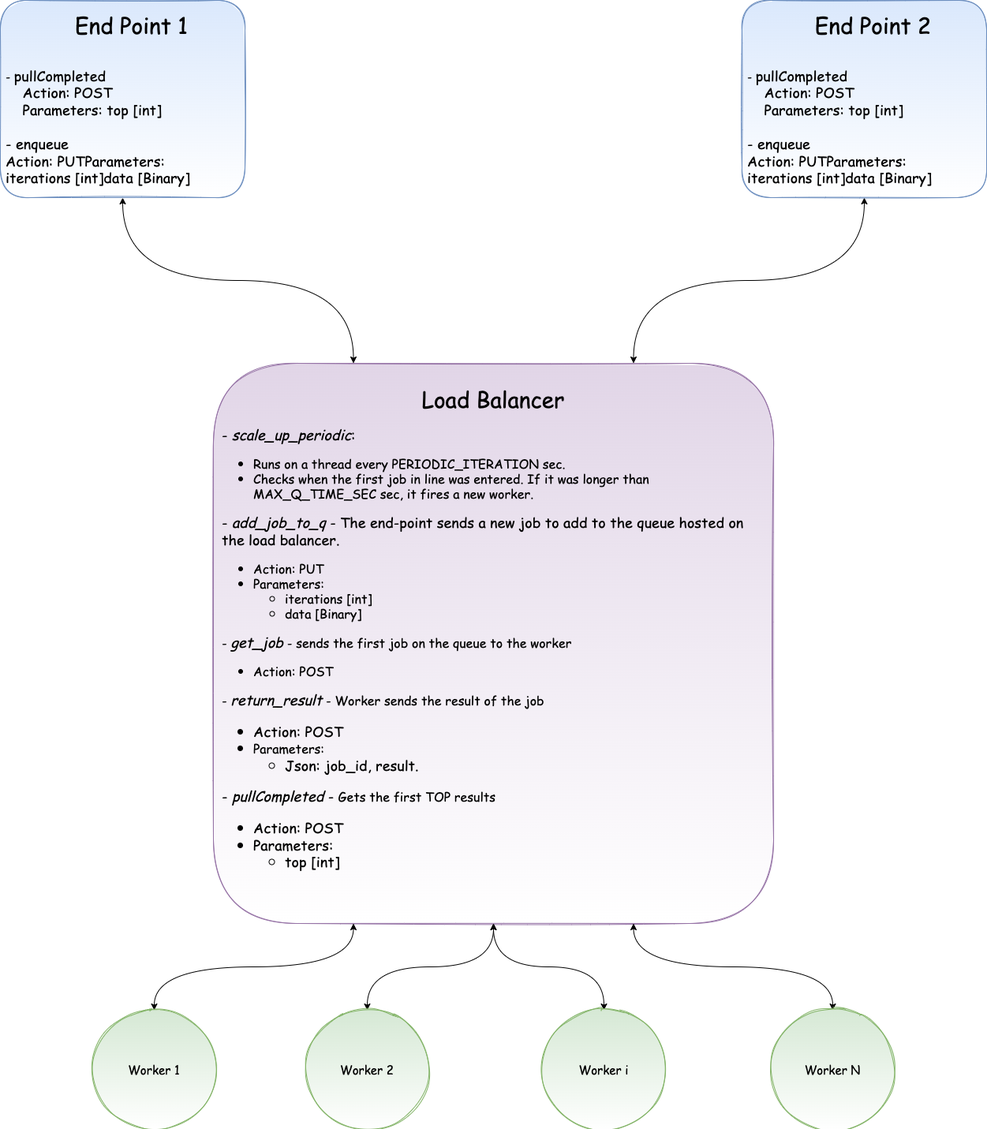
This is README_FILES/ClusterFlow.png from nirbarazida/dynamic-workload, a draw.io export, as it was before one commit. Source tidied: cells renumbered, new cells last; positions are measured from the earlier drawing's top-left corner, leaving out a move shared by most shapes.
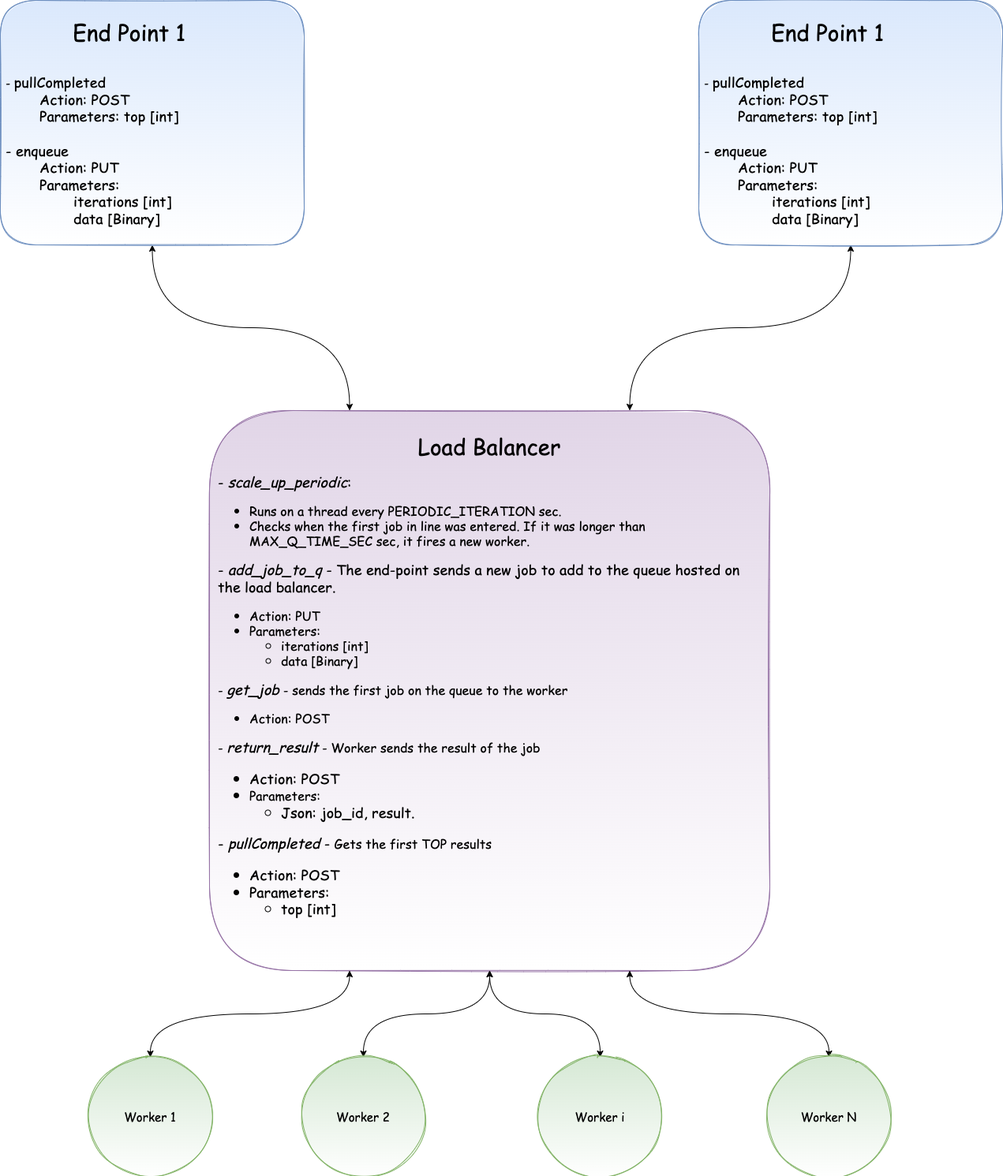
The same diagram one commit later.

Change to the diagram source:
```diff
@@ -2,12 +2,6 @@
   <root>
     <mxCell id="0" />
     <mxCell id="1" parent="0" />
-    <mxCell id="2" style="edgeStyle=orthogonalEdgeStyle;curved=1;rounded=0;jettySize=auto;html=1;exitX=0.5;exitY=1;exitDx=0;exitDy=0;fontFamily=Comic Sans MS;fontSize=15;fontColor=default;startArrow=classic;startFill=1;strokeColor=#000000;entryX=0.75;entryY=0;entryDx=0;entryDy=0;" parent="1" edge="1" source="3" target="4">
-      <mxGeometry relative="1" as="geometry" />
-    </mxCell>
-    <mxCell id="3" value="&lt;div style=&quot;text-align: center;&quot;&gt;&lt;span style=&quot;background-color: initial;&quot;&gt;&amp;nbsp; &amp;nbsp; &amp;nbsp; &amp;nbsp; &amp;nbsp; &amp;nbsp; &amp;nbsp; &amp;nbsp; &amp;nbsp; &amp;nbsp;&lt;/span&gt;&lt;font style=&quot;background-color: initial; font-size: 28px;&quot;&gt;End Point 2&lt;/font&gt;&lt;/div&gt;&lt;br&gt;&lt;br&gt;- &lt;font style=&quot;font-size: 18px;&quot;&gt;pullCompleted&lt;br&gt;&amp;nbsp;&amp;nbsp;&amp;nbsp;&amp;nbsp;Action: POST&lt;br&gt;&amp;nbsp;&amp;nbsp;&amp;nbsp;&amp;nbsp;Parameters: top [int]&lt;br&gt;&lt;br&gt;- enqueue&lt;br&gt;Action: PUTParameters:&amp;nbsp;&lt;br&gt;iterations [int]data [Binary]&lt;/font&gt;" style="rounded=1;fontFamily=Comic Sans MS;fontSize=15;fillColor=#dae8fc;strokeColor=#6c8ebf;gradientColor=#ffffff;gradientDirection=south;sketch=1;glass=0;shadow=0;spacing=2;align=left;spacingLeft=5;whiteSpace=wrap;html=1;" parent="1" vertex="1">
-      <mxGeometry x="940" width="310" height="250" as="geometry" />
-    </mxCell>
     <mxCell id="4" value="&lt;font style=&quot;font-size: 28px;&quot;&gt;Load Balancer&lt;br&gt;&lt;/font&gt;&lt;br&gt;&lt;div style=&quot;text-align: left; font-size: 18px;&quot;&gt;&lt;span style=&quot;background-color: initial;&quot;&gt;&lt;font style=&quot;font-size: 18px;&quot;&gt;- &lt;i&gt;scale_up_periodic&lt;/i&gt;:&amp;nbsp;&lt;/font&gt;&lt;/span&gt;&lt;/div&gt;&lt;div style=&quot;text-align: left;&quot;&gt;&lt;ul style=&quot;font-size: 16px;&quot;&gt;&lt;li&gt;Runs on a thread every PERIODIC_ITERATION&amp;nbsp;sec.&lt;/li&gt;&lt;li style=&quot;&quot;&gt;&lt;span style=&quot;background-color: initial;&quot;&gt;Checks when the first job in line was&amp;nbsp;&lt;/span&gt;&lt;span style=&quot;background-color: initial;&quot;&gt;entered. If it was longer than MAX_Q_TIME_SEC&amp;nbsp;sec, it fires a new worker.&lt;/span&gt;&lt;/li&gt;&lt;/ul&gt;&lt;div style=&quot;font-size: 18px;&quot;&gt;-&amp;nbsp;&lt;i&gt;add_job_to_q&lt;/i&gt; - The end-&lt;span style=&quot;background-color: initial;&quot;&gt;point sends a new job to add to the queue hosted on the load balancer.&lt;/span&gt;&lt;/div&gt;&lt;div style=&quot;&quot;&gt;&lt;ul style=&quot;font-size: 16px;&quot;&gt;&lt;li&gt;Action: PUT&lt;/li&gt;&lt;li&gt;&lt;span style=&quot;background-color: initial;&quot;&gt;Parameters:&amp;nbsp;&lt;/span&gt;&lt;/li&gt;&lt;ul&gt;&lt;li&gt;&lt;span style=&quot;background-color: initial;&quot;&gt;iterations [int]&lt;/span&gt;&lt;/li&gt;&lt;li&gt;&lt;span style=&quot;background-color: initial;&quot;&gt;data [Binary]&lt;/span&gt;&lt;br&gt;&lt;/li&gt;&lt;/ul&gt;&lt;/ul&gt;&lt;div style=&quot;&quot;&gt;&lt;span style=&quot;font-size: 16px;&quot;&gt;- &lt;/span&gt;&lt;i style=&quot;&quot;&gt;&lt;font style=&quot;font-size: 18px;&quot;&gt;get_job&lt;/font&gt;&lt;/i&gt;&lt;span style=&quot;font-size: 16px;&quot;&gt; - sends the first job on the queue to the worker&lt;/span&gt;&lt;br&gt;&lt;/div&gt;&lt;div style=&quot;&quot;&gt;&lt;ul style=&quot;font-size: 16px;&quot;&gt;&lt;li&gt;Action: POST&lt;/li&gt;&lt;/ul&gt;&lt;div style=&quot;font-size: 16px;&quot;&gt;&lt;span style=&quot;font-size: 16px;&quot;&gt;- &lt;/span&gt;&lt;i style=&quot;&quot;&gt;&lt;font style=&quot;font-size: 18px;&quot;&gt;return_result&lt;/font&gt;&lt;/i&gt;&lt;span style=&quot;font-size: 16px;&quot;&gt; - Worker sends the result of the job&lt;/span&gt;&lt;br&gt;&lt;/div&gt;&lt;div style=&quot;&quot;&gt;&lt;ul style=&quot;font-size: 18px;&quot;&gt;&lt;li&gt;Action: POST&lt;/li&gt;&lt;li&gt;&lt;span style=&quot;font-size: 16px;&quot;&gt;Parameters:&amp;nbsp;&lt;/span&gt;&lt;/li&gt;&lt;ul&gt;&lt;li&gt;Json: job_id, result.&lt;/li&gt;&lt;/ul&gt;&lt;/ul&gt;&lt;div style=&quot;&quot;&gt;&lt;span style=&quot;font-size: 18px;&quot;&gt;-&amp;nbsp;&lt;/span&gt;&lt;i style=&quot;font-size: 18px;&quot;&gt;pullCompleted&lt;/i&gt;&lt;font style=&quot;font-size: 18px;&quot;&gt;&lt;i&gt;&amp;nbsp;&lt;/i&gt;- &lt;/font&gt;&lt;font style=&quot;font-size: 16px;&quot;&gt;Gets the first TOP results&lt;/font&gt;&lt;/div&gt;&lt;div style=&quot;font-size: 18px;&quot;&gt;&lt;ul&gt;&lt;li&gt;Action: POST&lt;/li&gt;&lt;li&gt;&lt;span style=&quot;background-color: initial;&quot;&gt;Parameters:&amp;nbsp;&lt;/span&gt;&lt;/li&gt;&lt;ul&gt;&lt;li&gt;&lt;span style=&quot;background-color: initial;&quot;&gt;top [int]&lt;/span&gt;&lt;/li&gt;&lt;/ul&gt;&lt;/ul&gt;&lt;/div&gt;&lt;div style=&quot;font-size: 18px;&quot;&gt;&lt;br&gt;&lt;/div&gt;&lt;/div&gt;&lt;/div&gt;&lt;/div&gt;&lt;/div&gt;" style="whiteSpace=wrap;html=1;rounded=1;shadow=0;glass=0;sketch=1;fontFamily=Comic Sans MS;fontSize=15;strokeColor=#9673a6;fillColor=#e1d5e7;gradientDirection=south;gradientColor=#ffffff;spacingRight=10;spacingLeft=10;spacingBottom=0;" parent="1" vertex="1">
       <mxGeometry x="270" y="460" width="710" height="710" as="geometry" />
     </mxCell>
@@ -38,8 +32,14 @@
     <mxCell id="13" style="edgeStyle=orthogonalEdgeStyle;curved=1;rounded=0;jettySize=auto;html=1;entryX=0.25;entryY=0;entryDx=0;entryDy=0;fontSize=18;fontColor=default;startArrow=classic;startFill=1;" parent="1" edge="1" source="14" target="4">
       <mxGeometry relative="1" as="geometry" />
     </mxCell>
-    <mxCell id="14" value="&lt;div style=&quot;text-align: center;&quot;&gt;&lt;span style=&quot;background-color: initial;&quot;&gt;&amp;nbsp; &amp;nbsp; &amp;nbsp; &amp;nbsp; &amp;nbsp; &amp;nbsp; &amp;nbsp; &amp;nbsp; &amp;nbsp; &amp;nbsp;&lt;/span&gt;&lt;font style=&quot;background-color: initial; font-size: 28px;&quot;&gt;End Point 1&lt;/font&gt;&lt;/div&gt;&lt;br&gt;&lt;br&gt;- &lt;font style=&quot;font-size: 18px;&quot;&gt;pullCompleted&lt;br&gt;&amp;nbsp;&amp;nbsp;&amp;nbsp;&amp;nbsp;Action: POST&lt;br&gt;&amp;nbsp;&amp;nbsp;&amp;nbsp;&amp;nbsp;Parameters: top [int]&lt;br&gt;&lt;br&gt;- enqueue&lt;br&gt;Action: PUTParameters:&amp;nbsp;&lt;br&gt;iterations [int]data [Binary]&lt;/font&gt;" style="rounded=1;fontFamily=Comic Sans MS;fontSize=15;fillColor=#dae8fc;strokeColor=#6c8ebf;gradientColor=#ffffff;gradientDirection=south;sketch=1;glass=0;shadow=0;spacing=2;align=left;spacingLeft=5;whiteSpace=wrap;html=1;" parent="1" vertex="1">
-      <mxGeometry width="310" height="250" as="geometry" />
+    <mxCell id="14" value="&lt;div style=&quot;text-align: center;&quot;&gt;&lt;span style=&quot;background-color: initial;&quot;&gt;&amp;nbsp; &amp;nbsp; &amp;nbsp; &amp;nbsp; &amp;nbsp; &amp;nbsp; &amp;nbsp; &amp;nbsp; &amp;nbsp; &amp;nbsp;&lt;/span&gt;&lt;font style=&quot;background-color: initial; font-size: 28px;&quot;&gt;End Point 1&lt;/font&gt;&lt;/div&gt;&lt;br&gt;&lt;br&gt;- &lt;font style=&quot;font-size: 18px;&quot;&gt;pullCompleted&lt;br&gt;&lt;span style=&quot;background-color: initial;&quot;&gt;&lt;span style=&quot;white-space: pre;&quot;&gt;&#9;&lt;/span&gt;Action: POST&lt;br&gt;&lt;/span&gt;&lt;/font&gt;&lt;font style=&quot;font-size: 18px;&quot;&gt;&lt;span style=&quot;white-space: pre;&quot;&gt;&#9;&lt;/span&gt;Parameters: top [int]&lt;br&gt;&lt;br&gt;- enqueue&lt;br&gt;&lt;span style=&quot;white-space: pre;&quot;&gt;&#9;&lt;/span&gt;Action: PUT&lt;br&gt;&lt;span style=&quot;white-space: pre;&quot;&gt;&#9;&lt;/span&gt;Parameters:&amp;nbsp;&lt;br&gt;&lt;span style=&quot;white-space: pre;&quot;&gt;&#9;&lt;span style=&quot;white-space: pre;&quot;&gt;&#9;&lt;/span&gt;&lt;/span&gt;iterations [int]&lt;br&gt;&lt;span style=&quot;white-space: pre;&quot;&gt;&#9;&lt;/span&gt;&lt;span style=&quot;white-space: pre;&quot;&gt;&#9;&lt;/span&gt;data [Binary]&lt;/font&gt;" style="rounded=1;fontFamily=Comic Sans MS;fontSize=15;fillColor=#dae8fc;strokeColor=#6c8ebf;gradientColor=#ffffff;gradientDirection=south;sketch=1;glass=0;shadow=0;spacing=2;align=left;spacingLeft=5;whiteSpace=wrap;html=1;" parent="1" vertex="1">
+      <mxGeometry x="5" y="-60" width="385" height="310" as="geometry" />
     </mxCell>
+    <mxCell id="15" style="edgeStyle=orthogonalEdgeStyle;curved=1;rounded=0;jettySize=auto;html=1;exitX=0.5;exitY=1;exitDx=0;exitDy=0;entryX=0.75;entryY=0;entryDx=0;entryDy=0;fontSize=18;fontColor=default;startArrow=classic;startFill=1;" parent="1" edge="1" source="16" target="4">
+      <mxGeometry relative="1" as="geometry" />
+    </mxCell>
+    <mxCell id="16" value="&lt;div style=&quot;text-align: center;&quot;&gt;&lt;span style=&quot;background-color: initial;&quot;&gt;&amp;nbsp; &amp;nbsp; &amp;nbsp; &amp;nbsp; &amp;nbsp; &amp;nbsp; &amp;nbsp; &amp;nbsp; &amp;nbsp; &amp;nbsp;&lt;/span&gt;&lt;font style=&quot;background-color: initial; font-size: 28px;&quot;&gt;End Point 1&lt;/font&gt;&lt;/div&gt;&lt;br&gt;&lt;br&gt;- &lt;font style=&quot;font-size: 18px;&quot;&gt;pullCompleted&lt;br&gt;&lt;span style=&quot;background-color: initial;&quot;&gt;&lt;span style=&quot;white-space: pre;&quot;&gt;&#9;&lt;/span&gt;Action: POST&lt;br&gt;&lt;/span&gt;&lt;/font&gt;&lt;font style=&quot;font-size: 18px;&quot;&gt;&lt;span style=&quot;white-space: pre;&quot;&gt;&#9;&lt;/span&gt;Parameters: top [int]&lt;br&gt;&lt;br&gt;- enqueue&lt;br&gt;&lt;span style=&quot;white-space: pre;&quot;&gt;&#9;&lt;/span&gt;Action: PUT&lt;br&gt;&lt;span style=&quot;white-space: pre;&quot;&gt;&#9;&lt;/span&gt;Parameters:&amp;nbsp;&lt;br&gt;&lt;span style=&quot;white-space: pre;&quot;&gt;&#9;&lt;span style=&quot;white-space: pre;&quot;&gt;&#9;&lt;/span&gt;&lt;/span&gt;iterations [int]&lt;br&gt;&lt;span style=&quot;white-space: pre;&quot;&gt;&#9;&lt;/span&gt;&lt;span style=&quot;white-space: pre;&quot;&gt;&#9;&lt;/span&gt;data [Binary]&lt;/font&gt;" style="rounded=1;fontFamily=Comic Sans MS;fontSize=15;fillColor=#dae8fc;strokeColor=#6c8ebf;gradientColor=#ffffff;gradientDirection=south;sketch=1;glass=0;shadow=0;spacing=2;align=left;spacingLeft=5;whiteSpace=wrap;html=1;" parent="1" vertex="1">
+      <mxGeometry x="890" y="-60" width="385" height="310" as="geometry" />
+    </mxCell>
   </root>
 </mxGraphModel>
```
